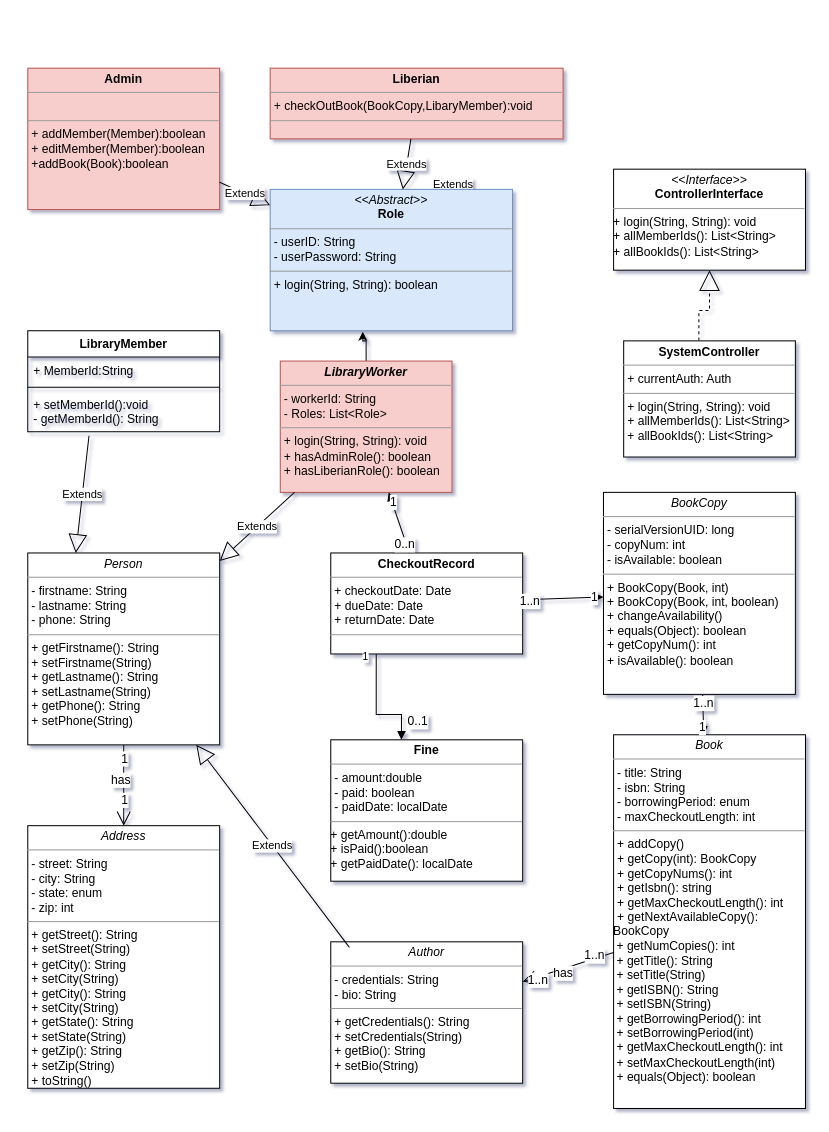
Earlier version of the draw.io diagram Untitled Diagram.drawio (megaunknown/UML). Source tidied: cells renumbered, new cells numbered last; positions are measured from the earlier drawing's top-left corner, leaving out a move shared by most shapes. Both pictures are drawn from the tidied source at 101%, with x=0, y=0 at pixel (27, 68).
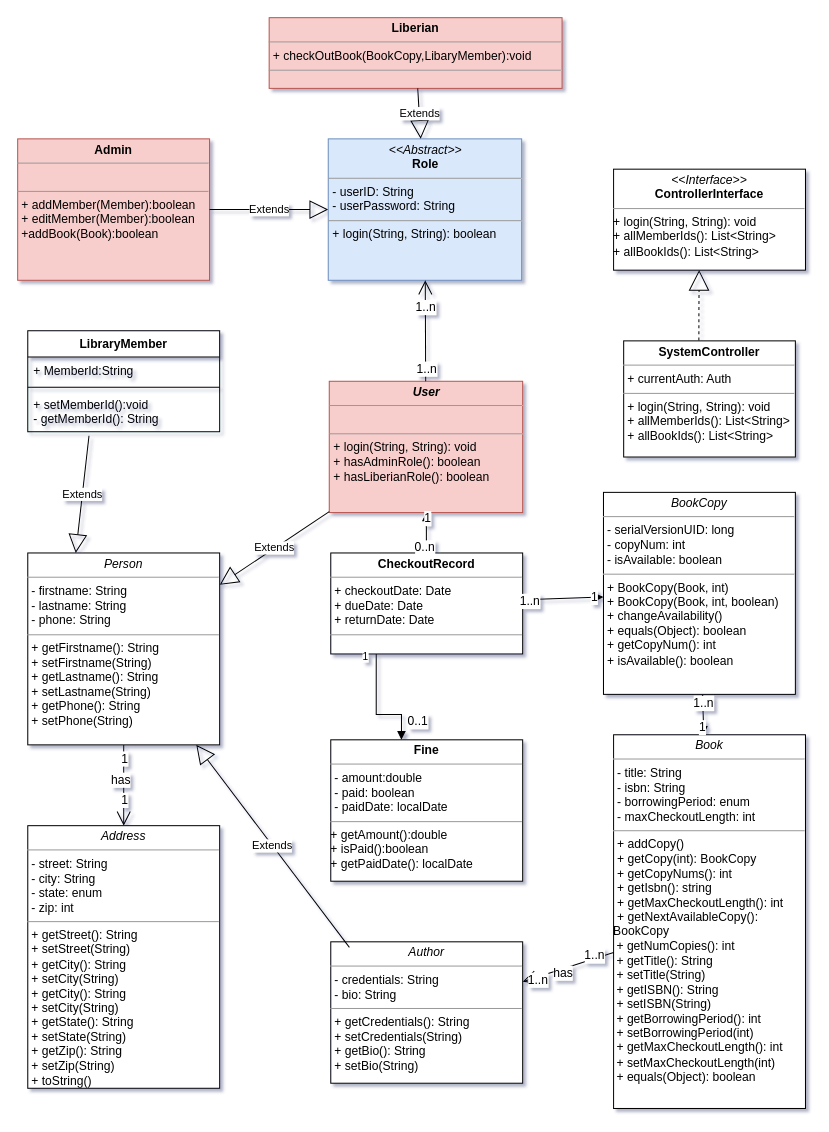
The same page after the edit.

Commit message:
update User class

Unchanged cells that the change refers to:
```xml
<mxCell id="7" value="&lt;p style=&quot;margin: 0px ; margin-top: 4px ; text-align: center&quot;&gt;&lt;i&gt;&amp;lt;&amp;lt;Interface&amp;gt;&amp;gt;&lt;/i&gt;&lt;br&gt;&lt;b&gt;ControllerInterface&lt;/b&gt;&lt;br&gt;&lt;/p&gt;&lt;hr size=&quot;1&quot;&gt;&lt;p style=&quot;margin: 0px ; margin-left: 4px&quot;&gt;&lt;/p&gt;+ login(String, String): void&lt;br style=&quot;padding: 0px ; margin: 0px&quot;&gt;+ allMemberIds(): List&amp;lt;String&amp;gt;&lt;br style=&quot;padding: 0px ; margin: 0px&quot;&gt;+ allBookIds(): List&amp;lt;String&amp;gt;" style="verticalAlign=top;align=left;overflow=fill;fontSize=12;fontFamily=Helvetica;html=1;" parent="1" vertex="1">
  <mxGeometry x="580" y="100" width="190" height="100" as="geometry" />
</mxCell>
<mxCell id="29" value="&lt;p style=&quot;margin: 0px ; margin-top: 4px ; text-align: center&quot;&gt;&lt;span style=&quot;font-weight: 700&quot;&gt;SystemController&lt;/span&gt;&lt;br&gt;&lt;/p&gt;&lt;hr size=&quot;1&quot;&gt;&lt;p style=&quot;margin: 0px ; margin-left: 4px&quot;&gt;+ currentAuth: Auth&lt;/p&gt;&lt;hr size=&quot;1&quot;&gt;&lt;p style=&quot;margin: 0px ; margin-left: 4px&quot;&gt;+ login(String, String): void&lt;br style=&quot;padding: 0px ; margin: 0px&quot;&gt;+ allMemberIds(): List&amp;lt;String&amp;gt;&lt;br style=&quot;padding: 0px ; margin: 0px&quot;&gt;+ allBookIds(): List&amp;lt;String&amp;gt;&lt;br&gt;&lt;/p&gt;" style="verticalAlign=top;align=left;overflow=fill;fontSize=12;fontFamily=Helvetica;html=1;" parent="1" vertex="1">
  <mxGeometry x="590" y="270" width="170" height="115" as="geometry" />
</mxCell>
```

Change to the diagram source:
```diff
@@
     <mxCell id="2" value="&lt;p style=&quot;margin: 0px ; margin-top: 4px ; text-align: center&quot;&gt;&lt;b&gt;Admin&lt;/b&gt;&lt;/p&gt;&lt;hr size=&quot;1&quot;&gt;&lt;p style=&quot;margin: 0px ; margin-left: 4px&quot;&gt;&lt;br&gt;&lt;/p&gt;&lt;hr size=&quot;1&quot;&gt;&lt;p style=&quot;margin: 0px ; margin-left: 4px&quot;&gt;+ addMember(Member):boolean&lt;/p&gt;&lt;p style=&quot;margin: 0px ; margin-left: 4px&quot;&gt;+ editMember(Member):boolean&lt;/p&gt;&lt;p style=&quot;margin: 0px ; margin-left: 4px&quot;&gt;+addBook(Book):boolean&lt;/p&gt;&lt;p style=&quot;margin: 0px ; margin-left: 4px&quot;&gt;&lt;br&gt;&lt;/p&gt;" style="verticalAlign=top;align=left;overflow=fill;fontSize=12;fontFamily=Helvetica;html=1;rounded=0;shadow=0;comic=0;labelBackgroundColor=none;strokeWidth=1;fillColor=#f8cecc;strokeColor=#b85450;" parent="1" vertex="1">
-      <mxGeometry width="190" height="140" as="geometry" />
+      <mxGeometry x="-10" y="70" width="190" height="140" as="geometry" />
     </mxCell>
-    <mxCell id="3" style="edgeStyle=orthogonalEdgeStyle;rounded=0;jettySize=auto;html=1;dashed=1;endArrow=block;endFill=0;strokeWidth=1;endSize=18;entryX=0.5;entryY=1;entryDx=0;entryDy=0;exitX=0.438;exitY=-0.004;exitDx=0;exitDy=0;exitPerimeter=0;" parent="1" edge="1" source="29" target="7">
+    <mxCell id="3" style="edgeStyle=orthogonalEdgeStyle;rounded=0;jettySize=auto;html=1;dashed=1;endArrow=block;endFill=0;strokeWidth=1;endSize=18;entryX=0.446;entryY=0.998;entryDx=0;entryDy=0;exitX=0.438;exitY=-0.004;exitDx=0;exitDy=0;exitPerimeter=0;entryPerimeter=0;" parent="1" edge="1" source="29" target="7">
       <mxGeometry relative="1" as="geometry" />
     </mxCell>
@@
     <mxCell id="6" value="&lt;p style=&quot;margin: 0px ; margin-top: 4px ; text-align: center&quot;&gt;&lt;b&gt;Liberian&lt;/b&gt;&lt;/p&gt;&lt;hr size=&quot;1&quot;&gt;&lt;p style=&quot;margin: 0px ; margin-left: 4px&quot;&gt;+ checkOutBook(BookCopy,LibaryMember):void&lt;br&gt;&lt;/p&gt;&lt;hr size=&quot;1&quot;&gt;&lt;p style=&quot;margin: 0px ; margin-left: 4px&quot;&gt;&lt;br&gt;&lt;/p&gt;" style="verticalAlign=top;align=left;overflow=fill;fontSize=12;fontFamily=Helvetica;html=1;rounded=0;shadow=0;comic=0;labelBackgroundColor=none;strokeWidth=1;fillColor=#f8cecc;strokeColor=#b85450;" parent="1" vertex="1">
-      <mxGeometry x="240" width="290" height="70" as="geometry" />
+      <mxGeometry x="239" y="-50" width="290" height="70" as="geometry" />
     </mxCell>
@@
-    <mxCell id="9" style="edgeStyle=orthogonalEdgeStyle;rounded=0;jettySize=auto;html=1;entryX=0.382;entryY=1.006;entryDx=0;entryDy=0;entryPerimeter=0;" parent="1" edge="1" source="10" target="44">
-      <mxGeometry relative="1" as="geometry" />
-    </mxCell>
-    <mxCell id="10" value="&lt;p style=&quot;margin: 0px ; margin-top: 4px ; text-align: center&quot;&gt;&lt;i&gt;&lt;b&gt;LibraryWorker&lt;/b&gt;&lt;/i&gt;&lt;/p&gt;&lt;hr size=&quot;1&quot;&gt;&lt;p style=&quot;margin: 0px ; margin-left: 4px&quot;&gt;- workerId: String&lt;br&gt;- Roles: List&amp;lt;Role&amp;gt;&lt;/p&gt;&lt;hr size=&quot;1&quot;&gt;&lt;p style=&quot;margin: 0px ; margin-left: 4px&quot;&gt;+ login(String, String): void&lt;br&gt;+ hasAdminRole(): boolean&lt;/p&gt;&lt;p style=&quot;margin: 0px ; margin-left: 4px&quot;&gt;+ hasLiberianRole(): boolean&lt;br&gt;&lt;/p&gt;&lt;p style=&quot;margin: 0px ; margin-left: 4px&quot;&gt;&lt;br&gt;&lt;/p&gt;" style="verticalAlign=top;align=left;overflow=fill;fontSize=12;fontFamily=Helvetica;html=1;rounded=0;shadow=0;comic=0;labelBackgroundColor=none;strokeWidth=1;fillColor=#f8cecc;strokeColor=#b85450;" parent="1" vertex="1">
-      <mxGeometry x="250" y="290" width="170" height="130" as="geometry" />
+    <mxCell id="10" value="&lt;p style=&quot;margin: 0px ; margin-top: 4px ; text-align: center&quot;&gt;&lt;i&gt;&lt;b&gt;User&lt;/b&gt;&lt;/i&gt;&lt;/p&gt;&lt;hr size=&quot;1&quot;&gt;&lt;p style=&quot;margin: 0px ; margin-left: 4px&quot;&gt;&lt;br&gt;&lt;/p&gt;&lt;hr size=&quot;1&quot;&gt;&lt;p style=&quot;margin: 0px ; margin-left: 4px&quot;&gt;+ login(String, String): void&lt;br&gt;+ hasAdminRole(): boolean&lt;/p&gt;&lt;p style=&quot;margin: 0px ; margin-left: 4px&quot;&gt;+ hasLiberianRole(): boolean&lt;br&gt;&lt;/p&gt;&lt;p style=&quot;margin: 0px ; margin-left: 4px&quot;&gt;&lt;br&gt;&lt;/p&gt;" style="verticalAlign=top;align=left;overflow=fill;fontSize=12;fontFamily=Helvetica;html=1;rounded=0;shadow=0;comic=0;labelBackgroundColor=none;strokeWidth=1;fillColor=#f8cecc;strokeColor=#b85450;" parent="1" vertex="1">
+      <mxGeometry x="298.5" y="310" width="191.5" height="130" as="geometry" />
     </mxCell>
@@
-    <mxCell id="18" value="Extends" style="endArrow=block;endSize=16;endFill=0;html=1;" parent="1" edge="1" source="44">
-      <mxGeometry relative="1" as="geometry">
-        <mxPoint x="425" y="110" as="targetPoint" />
-      </mxGeometry>
-    </mxCell>
@@
     <mxCell id="44" value="&lt;p style=&quot;margin: 0px ; margin-top: 4px ; text-align: center&quot;&gt;&lt;i&gt;&amp;lt;&amp;lt;Abstract&amp;gt;&amp;gt;&lt;/i&gt;&lt;br&gt;&lt;b&gt;Role&lt;/b&gt;&lt;/p&gt;&lt;hr size=&quot;1&quot;&gt;&lt;p style=&quot;margin: 0px ; margin-left: 4px&quot;&gt;- userID: String&lt;br&gt;- userPassword: String&lt;/p&gt;&lt;hr size=&quot;1&quot;&gt;&lt;p style=&quot;margin: 0px ; margin-left: 4px&quot;&gt;+ login(String, String): boolean&lt;br&gt;&lt;/p&gt;" style="verticalAlign=top;align=left;overflow=fill;fontSize=12;fontFamily=Helvetica;html=1;rounded=0;shadow=0;comic=0;labelBackgroundColor=none;strokeWidth=1;fillColor=#dae8fc;strokeColor=#6c8ebf;" parent="1" vertex="1">
-      <mxGeometry x="240" y="120" width="240" height="140" as="geometry" />
+      <mxGeometry x="297.5" y="70" width="191.5" height="140" as="geometry" />
     </mxCell>
@@
+    <mxCell id="9" style="endArrow=open;endFill=1;endSize=12;html=1;align=center;" parent="1" edge="1" source="10" target="44">
+      <mxGeometry relative="1" as="geometry" />
+    </mxCell>
+    <mxCell id="47" value="1..n" style="text;html=1;align=center;verticalAlign=middle;labelBackgroundColor=#ffffff;" parent="9" vertex="1">
+      <mxGeometry x="0.47" relative="1" as="geometry" />
+    </mxCell>
+    <mxCell id="48" value="1..n" style="text;html=1;align=center;verticalAlign=middle;labelBackgroundColor=#ffffff;" parent="9" vertex="1">
+      <mxGeometry x="-0.77" y="-1" relative="1" as="geometry" />
+    </mxCell>
```
